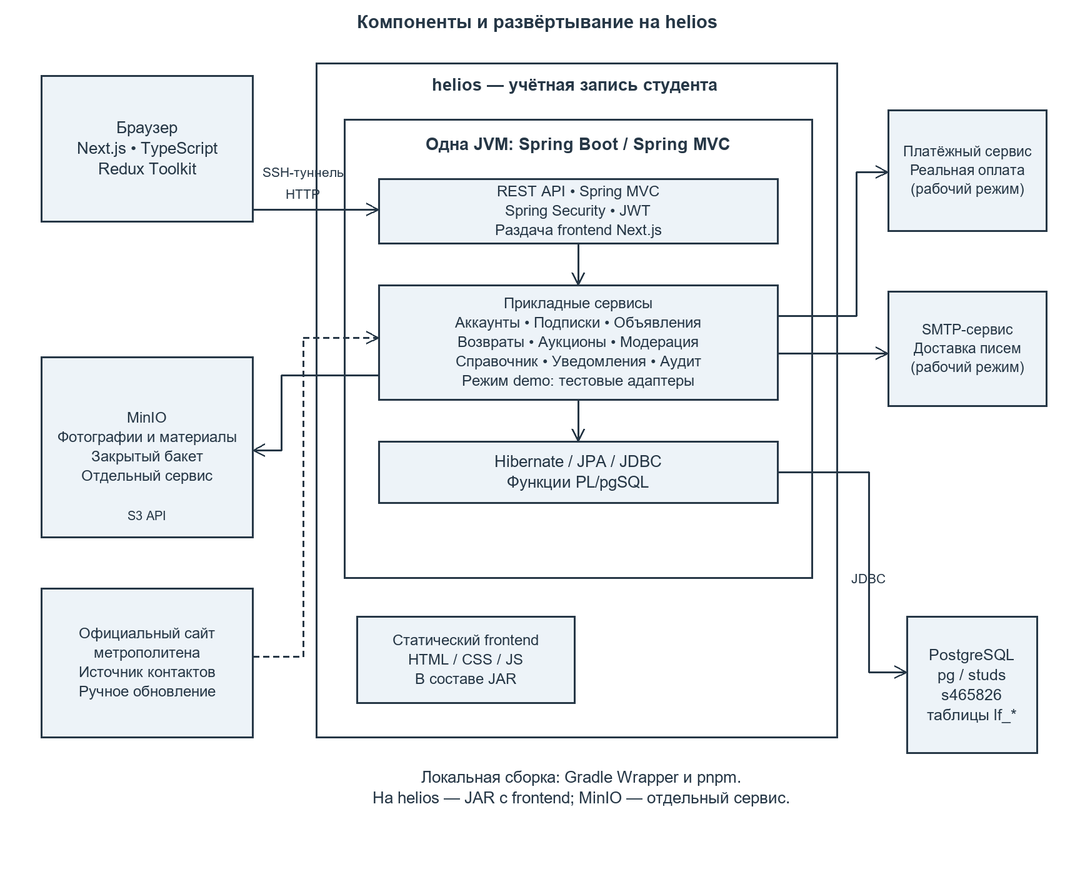
evgrart/Information-system-course-work keeps this PlantUML diagram as docs/part1/uml/04_architecture.png. Above is the earlier version. Its source is kept beside it as docs/part1/uml/04_architecture.puml.
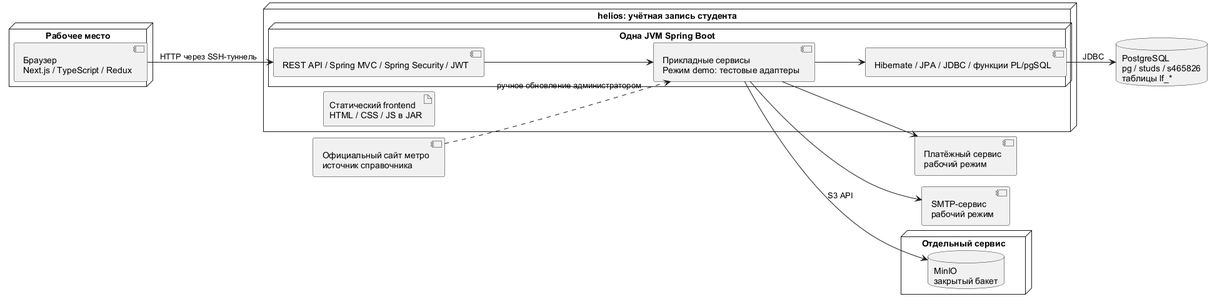
Above is the later version.

Diff of the diagram source:
```diff
@@ -2,29 +2,24 @@
 left to right direction
 skinparam shadowing false
 skinparam defaultFontName Arial
-node "Рабочее место" { component "Браузер
-Next.js / TypeScript / Redux" as Browser }
+node "Рабочее место" {
+component "Браузер\nNext.js / TypeScript / Redux" as Browser
+}
 node "helios: учётная запись студента" {
 node "Одна JVM Spring Boot" {
 component "REST API / Spring MVC / Spring Security / JWT" as Web
-component "Прикладные сервисы
-Режим demo: тестовые адаптеры" as Services
+component "Прикладные сервисы\nРежим demo: тестовые адаптеры" as Services
 component "Hibernate / JPA / JDBC / функции PL/pgSQL" as Repo
 }
-artifact "Статический frontend
-HTML / CSS / JS в JAR" as Frontend
+artifact "Статический frontend\nHTML / CSS / JS в JAR" as Frontend
 }
-database "PostgreSQL
-pg / studs / s465826
-таблицы lf_*" as DB
-node "Отдельный сервис" { database "MinIO
-закрытый бакет" as Files }
-component "Платёжный сервис
-рабочий режим" as Pay
-component "SMTP-сервис
-рабочий режим" as Mail
-component "Официальный сайт метро
-источник справочника" as Metro
+database "PostgreSQL\npg / studs / s465826\nтаблицы lf_*" as DB
+node "Отдельный сервис" {
+database "MinIO\nзакрытый бакет" as Files
+}
+component "Платёжный сервис\nрабочий режим" as Pay
+component "SMTP-сервис\nрабочий режим" as Mail
+component "Официальный сайт метро\nисточник справочника" as Metro
 Browser --> Web : HTTP через SSH-туннель
 Web --> Services
 Services --> Repo
```
